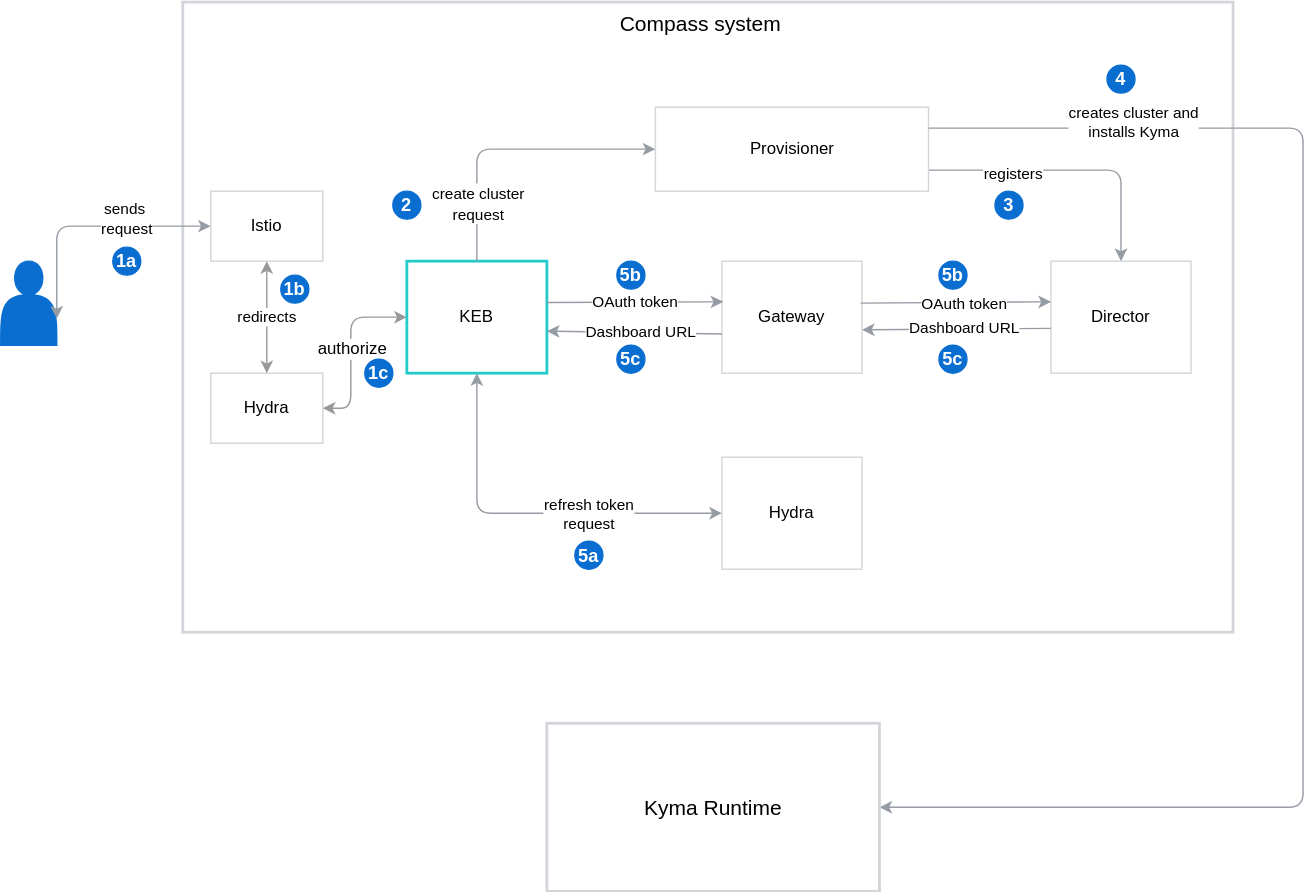
This is docs/assets/keb-architecture.svg from ukff/kyma-environment-broker, a draw.io export, as it was before one commit. Source tidied: cells renumbered, new cells last; positions are measured from the earlier drawing's top-left corner, leaving out a move shared by most shapes. Source of this version:
```xml
<mxGraphModel>
  <root>
    <mxCell id="0" />
    <mxCell id="1" parent="0" />
    <mxCell id="2" style="rounded=0;whiteSpace=wrap;html=1;strokeColor=#D2D5D9;fillColor=#FFFFFF;strokeWidth=2;" parent="1" vertex="1">
      <mxGeometry x="130" width="750" height="450" as="geometry" />
    </mxCell>
    <mxCell id="3" style="shape=actor;whiteSpace=wrap;html=1;strokeColor=#0A6ED1;fillColor=#0A6ED1;" parent="1" vertex="1">
      <mxGeometry y="185" width="40" height="60" as="geometry" />
    </mxCell>
    <mxCell id="4" value="&lt;font style=&quot;font-size: 15px&quot;&gt;Compass system&lt;/font&gt;" style="text;html=1;strokeColor=none;fillColor=none;align=center;verticalAlign=middle;whiteSpace=wrap;rounded=0;" parent="1" vertex="1">
      <mxGeometry x="430" y="5" width="140" height="20" as="geometry" />
    </mxCell>
    <mxCell id="5" value="KEB" style="rounded=0;whiteSpace=wrap;html=1;strokeColor=#24CACC;fillColor=#FFFFFF;strokeWidth=2;" parent="1" vertex="1">
      <mxGeometry x="290" y="185" width="100" height="80" as="geometry" />
    </mxCell>
    <mxCell id="6" value="Gateway" style="rounded=0;whiteSpace=wrap;html=1;strokeColor=#D2D5D9;fillColor=#FFFFFF;strokeWidth=1;" parent="1" vertex="1">
      <mxGeometry x="515" y="185" width="100" height="80" as="geometry" />
    </mxCell>
    <mxCell id="7" value="Director" style="rounded=0;whiteSpace=wrap;html=1;strokeColor=#D2D5D9;fillColor=#FFFFFF;strokeWidth=1;" parent="1" vertex="1">
      <mxGeometry x="750" y="185" width="100" height="80" as="geometry" />
    </mxCell>
    <mxCell id="8" style="edgeStyle=orthogonalEdgeStyle;rounded=1;jettySize=auto;html=1;exitX=1;exitY=0.75;exitDx=0;exitDy=0;entryX=0.5;entryY=0;entryDx=0;entryDy=0;strokeColor=#959CA4;fontSize=11;" parent="1" edge="1" source="10" target="7">
      <mxGeometry relative="1" as="geometry" />
    </mxCell>
    <mxCell id="9" value="registers" style="text;html=1;align=center;verticalAlign=middle;labelBackgroundColor=#ffffff;fontSize=11;" parent="8" vertex="1">
      <mxGeometry x="-0.42" y="-2" relative="1" as="geometry">
        <mxPoint x="1" as="offset" />
      </mxGeometry>
    </mxCell>
    <mxCell id="10" value="Provisioner" style="rounded=0;whiteSpace=wrap;html=1;strokeColor=#D2D5D9;strokeWidth=1;fillColor=#FFFFFF;" parent="1" vertex="1">
      <mxGeometry x="467.5" y="75" width="195" height="60" as="geometry" />
    </mxCell>
    <mxCell id="11" style="endArrow=classic;html=1;strokeColor=#959CA4;entryX=0;entryY=0.5;entryDx=0;entryDy=0;exitX=0.5;exitY=0;exitDx=0;exitDy=0;" parent="1" edge="1" source="5" target="10">
      <mxGeometry relative="1" as="geometry">
        <Array as="points">
          <mxPoint x="340" y="105" />
        </Array>
      </mxGeometry>
    </mxCell>
    <mxCell id="12" value="&lt;font style=&quot;font-size: 11px&quot;&gt;create cluster&lt;br&gt;request&lt;br&gt;&lt;/font&gt;" style="text;html=1;align=center;verticalAlign=middle;labelBackgroundColor=#ffffff;" parent="11" vertex="1">
      <mxGeometry x="-0.73" y="1" relative="1" as="geometry">
        <mxPoint x="1" y="-14" as="offset" />
      </mxGeometry>
    </mxCell>
    <mxCell id="13" style="endArrow=classic;html=1;strokeColor=#959CA4;exitX=1;exitY=0.25;exitDx=0;exitDy=0;entryX=1;entryY=0.5;entryDx=0;entryDy=0;" parent="1" edge="1" source="10" target="25">
      <mxGeometry relative="1" as="geometry">
        <Array as="points">
          <mxPoint x="930" y="90" />
          <mxPoint x="930" y="575" />
        </Array>
      </mxGeometry>
    </mxCell>
    <mxCell id="14" value="creates cluster and &lt;br&gt;installs Kyma" style="text;html=1;align=center;verticalAlign=middle;labelBackgroundColor=#ffffff;fontSize=11;" parent="13" vertex="1">
      <mxGeometry x="-0.71" relative="1" as="geometry">
        <mxPoint x="-8.5" y="-5" as="offset" />
      </mxGeometry>
    </mxCell>
    <mxCell id="15" value="Hydra" style="rounded=0;whiteSpace=wrap;html=1;strokeColor=#D2D5D9;fillColor=#FFFFFF;strokeWidth=1;" parent="1" vertex="1">
      <mxGeometry x="515" y="325" width="100" height="80" as="geometry" />
    </mxCell>
    <mxCell id="16" value="OAuth token" style="endArrow=classic;html=1;strokeColor=#959CA4;entryX=0.01;entryY=0.363;entryDx=0;entryDy=0;entryPerimeter=0;" parent="1" edge="1" target="6">
      <mxGeometry relative="1" as="geometry">
        <mxPoint x="390" y="214.5" as="sourcePoint" />
      </mxGeometry>
    </mxCell>
    <mxCell id="17" style="endArrow=classic;html=1;strokeColor=#959CA4;entryX=1;entryY=0.75;entryDx=0;entryDy=0;exitX=0;exitY=0.65;exitDx=0;exitDy=0;exitPerimeter=0;" parent="1" edge="1" source="6">
      <mxGeometry relative="1" as="geometry">
        <mxPoint x="390" y="235" as="targetPoint" />
      </mxGeometry>
    </mxCell>
    <mxCell id="18" value="&lt;font style=&quot;font-size: 11px&quot;&gt;Dashboard URL&lt;/font&gt;" style="text;html=1;align=center;verticalAlign=middle;labelBackgroundColor=#ffffff;fontSize=10;" parent="17" vertex="1">
      <mxGeometry x="0.2" relative="1" as="geometry">
        <mxPoint x="16" as="offset" />
      </mxGeometry>
    </mxCell>
    <mxCell id="19" style="endArrow=classic;html=1;strokeColor=#959CA4;entryX=0;entryY=0.363;entryDx=0;entryDy=0;entryPerimeter=0;exitX=0.99;exitY=0.375;exitDx=0;exitDy=0;exitPerimeter=0;" parent="1" edge="1" source="6" target="7">
      <mxGeometry relative="1" as="geometry" />
    </mxCell>
    <mxCell id="20" value="&lt;font style=&quot;font-size: 11px&quot;&gt;OAuth token&lt;/font&gt;" style="text;html=1;align=center;verticalAlign=middle;labelBackgroundColor=#ffffff;fontSize=10;" parent="19" vertex="1">
      <mxGeometry x="-0.14" y="2" relative="1" as="geometry">
        <mxPoint x="15" y="2.4" as="offset" />
      </mxGeometry>
    </mxCell>
    <mxCell id="21" style="endArrow=classic;html=1;strokeColor=#959CA4;entryX=1;entryY=0.613;entryDx=0;entryDy=0;entryPerimeter=0;exitX=0;exitY=0.6;exitDx=0;exitDy=0;exitPerimeter=0;" parent="1" edge="1" source="7" target="6">
      <mxGeometry relative="1" as="geometry" />
    </mxCell>
    <mxCell id="22" value="&lt;font style=&quot;font-size: 11px&quot;&gt;Dashboard URL&lt;/font&gt;" style="text;html=1;align=center;verticalAlign=middle;labelBackgroundColor=#ffffff;fontSize=10;" parent="21" vertex="1">
      <mxGeometry x="0.17" y="-1" relative="1" as="geometry">
        <mxPoint x="16" as="offset" />
      </mxGeometry>
    </mxCell>
    <mxCell id="23" style="endArrow=classic;startArrow=classic;html=1;strokeColor=#959CA4;fontSize=10;entryX=0;entryY=0.5;entryDx=0;entryDy=0;exitX=0.5;exitY=1;exitDx=0;exitDy=0;" parent="1" edge="1" source="5" target="15">
      <mxGeometry relative="1" as="geometry">
        <Array as="points">
          <mxPoint x="340" y="365" />
        </Array>
      </mxGeometry>
    </mxCell>
    <mxCell id="24" value="&lt;font style=&quot;font-size: 11px&quot;&gt;refresh token&lt;br&gt;request&lt;br&gt;&lt;/font&gt;" style="text;html=1;align=center;verticalAlign=middle;labelBackgroundColor=#ffffff;fontSize=11;" parent="23" vertex="1">
      <mxGeometry x="0.23" y="-1" relative="1" as="geometry">
        <mxPoint x="10" y="-1" as="offset" />
      </mxGeometry>
    </mxCell>
    <mxCell id="25" value="&lt;font style=&quot;font-size: 15px&quot;&gt;Kyma Runtime&lt;/font&gt;" style="rounded=0;whiteSpace=wrap;html=1;strokeColor=#D2D5D9;strokeWidth=2;fillColor=#FFFFFF;fontSize=11;" parent="1" vertex="1">
      <mxGeometry x="390" y="515" width="237.5" height="120" as="geometry" />
    </mxCell>
    <mxCell id="26" value="&lt;font color=&quot;#ffffff&quot; size=&quot;1&quot;&gt;&lt;b style=&quot;font-size: 13px&quot;&gt;1a&lt;/b&gt;&lt;/font&gt;" style="ellipse;whiteSpace=wrap;html=1;strokeColor=#0A6ED1;strokeWidth=1;fillColor=#0A6ED1;fontSize=11;" parent="1" vertex="1">
      <mxGeometry x="80" y="175" width="20" height="20" as="geometry" />
    </mxCell>
    <mxCell id="27" value="&lt;font color=&quot;#ffffff&quot; size=&quot;1&quot;&gt;&lt;b style=&quot;font-size: 13px&quot;&gt;2&lt;/b&gt;&lt;/font&gt;" style="ellipse;whiteSpace=wrap;html=1;strokeColor=#0A6ED1;strokeWidth=1;fillColor=#0A6ED1;fontSize=11;" parent="1" vertex="1">
      <mxGeometry x="280" y="135" width="20" height="20" as="geometry" />
    </mxCell>
    <mxCell id="28" value="&lt;font color=&quot;#ffffff&quot; size=&quot;1&quot;&gt;&lt;b style=&quot;font-size: 13px&quot;&gt;4&lt;/b&gt;&lt;/font&gt;" style="ellipse;whiteSpace=wrap;html=1;strokeColor=#0A6ED1;strokeWidth=1;fillColor=#0A6ED1;fontSize=11;" parent="1" vertex="1">
      <mxGeometry x="790" y="45" width="20" height="20" as="geometry" />
    </mxCell>
    <mxCell id="29" value="&lt;font color=&quot;#ffffff&quot; size=&quot;1&quot;&gt;&lt;b style=&quot;font-size: 13px&quot;&gt;3&lt;/b&gt;&lt;/font&gt;" style="ellipse;whiteSpace=wrap;html=1;strokeColor=#0A6ED1;strokeWidth=1;fillColor=#0A6ED1;fontSize=11;" parent="1" vertex="1">
      <mxGeometry x="710" y="135" width="20" height="20" as="geometry" />
    </mxCell>
    <mxCell id="30" value="&lt;font color=&quot;#ffffff&quot; size=&quot;1&quot;&gt;&lt;b style=&quot;font-size: 13px&quot;&gt;5a&lt;/b&gt;&lt;/font&gt;" style="ellipse;whiteSpace=wrap;html=1;strokeColor=#0A6ED1;strokeWidth=1;fillColor=#0A6ED1;fontSize=11;" parent="1" vertex="1">
      <mxGeometry x="410" y="385" width="20" height="20" as="geometry" />
    </mxCell>
    <mxCell id="31" value="&lt;font color=&quot;#ffffff&quot;&gt;&lt;span style=&quot;font-size: 13px&quot;&gt;&lt;b&gt;5b&lt;/b&gt;&lt;/span&gt;&lt;/font&gt;" style="ellipse;whiteSpace=wrap;html=1;strokeColor=#0A6ED1;strokeWidth=1;fillColor=#0A6ED1;fontSize=11;" parent="1" vertex="1">
      <mxGeometry x="440" y="185" width="20" height="20" as="geometry" />
    </mxCell>
    <mxCell id="32" value="&lt;font color=&quot;#ffffff&quot; size=&quot;1&quot;&gt;&lt;b style=&quot;font-size: 13px&quot;&gt;5b&lt;/b&gt;&lt;/font&gt;" style="ellipse;whiteSpace=wrap;html=1;strokeColor=#0A6ED1;strokeWidth=1;fillColor=#0A6ED1;fontSize=11;" parent="1" vertex="1">
      <mxGeometry x="670" y="185" width="20" height="20" as="geometry" />
    </mxCell>
    <mxCell id="33" value="&lt;font color=&quot;#ffffff&quot; size=&quot;1&quot;&gt;&lt;b style=&quot;font-size: 13px&quot;&gt;5c&lt;/b&gt;&lt;/font&gt;" style="ellipse;whiteSpace=wrap;html=1;strokeColor=#0A6ED1;strokeWidth=1;fillColor=#0A6ED1;fontSize=11;" parent="1" vertex="1">
      <mxGeometry x="670" y="245" width="20" height="20" as="geometry" />
    </mxCell>
    <mxCell id="34" value="&lt;font color=&quot;#ffffff&quot;&gt;&lt;span style=&quot;font-size: 13px&quot;&gt;&lt;b&gt;5c&lt;/b&gt;&lt;/span&gt;&lt;/font&gt;" style="ellipse;whiteSpace=wrap;html=1;strokeColor=#0A6ED1;strokeWidth=1;fillColor=#0A6ED1;fontSize=11;" parent="1" vertex="1">
      <mxGeometry x="440" y="245" width="20" height="20" as="geometry" />
    </mxCell>
    <mxCell id="35" value="Hydra" style="rounded=0;whiteSpace=wrap;html=1;strokeColor=#D2D5D9;fillColor=#FFFFFF;strokeWidth=1;" parent="1" vertex="1">
      <mxGeometry x="150" y="265" width="80" height="50" as="geometry" />
    </mxCell>
    <mxCell id="36" value="sends&amp;nbsp;&lt;br&gt;request" style="endArrow=classic;html=1;strokeColor=#959CA4;entryX=0;entryY=0.5;entryDx=0;entryDy=0;startArrow=classic;startFill=1;" parent="1" edge="1" target="37">
      <mxGeometry x="0.32" y="5" relative="1" as="geometry">
        <mxPoint x="40" y="226" as="sourcePoint" />
        <Array as="points">
          <mxPoint x="40" y="160" />
        </Array>
      </mxGeometry>
    </mxCell>
    <mxCell id="37" value="Istio" style="rounded=0;whiteSpace=wrap;html=1;strokeColor=#D2D5D9;fillColor=#FFFFFF;strokeWidth=1;" parent="1" vertex="1">
      <mxGeometry x="150" y="135" width="80" height="50" as="geometry" />
    </mxCell>
    <mxCell id="38" value="redirects" style="endArrow=classic;startArrow=classic;html=1;strokeColor=#999999;exitX=0.5;exitY=1;exitDx=0;exitDy=0;entryX=0.5;entryY=0;entryDx=0;entryDy=0;" parent="1" edge="1" source="37" target="35">
      <mxGeometry relative="1" as="geometry" />
    </mxCell>
    <mxCell id="39" style="endArrow=classic;startArrow=classic;html=1;strokeColor=#999999;entryX=1;entryY=0.5;entryDx=0;entryDy=0;exitX=0;exitY=0.5;exitDx=0;exitDy=0;" parent="1" edge="1" source="5" target="35">
      <mxGeometry relative="1" as="geometry">
        <Array as="points">
          <mxPoint x="250" y="225" />
          <mxPoint x="250" y="290" />
        </Array>
      </mxGeometry>
    </mxCell>
    <mxCell id="40" value="authorize" style="text;html=1;align=center;verticalAlign=middle;labelBackgroundColor=#ffffff;" parent="39" vertex="1">
      <mxGeometry x="-0.01" relative="1" as="geometry" />
    </mxCell>
    <mxCell id="41" value="&lt;font color=&quot;#ffffff&quot; size=&quot;1&quot;&gt;&lt;b style=&quot;font-size: 13px&quot;&gt;1b&lt;/b&gt;&lt;/font&gt;" style="ellipse;whiteSpace=wrap;html=1;strokeColor=#0A6ED1;strokeWidth=1;fillColor=#0A6ED1;fontSize=11;" parent="1" vertex="1">
      <mxGeometry x="200" y="195" width="20" height="20" as="geometry" />
    </mxCell>
    <mxCell id="42" value="&lt;font color=&quot;#ffffff&quot; size=&quot;1&quot;&gt;&lt;b style=&quot;font-size: 13px&quot;&gt;1c&lt;/b&gt;&lt;/font&gt;" style="ellipse;whiteSpace=wrap;html=1;strokeColor=#0A6ED1;strokeWidth=1;fillColor=#0A6ED1;fontSize=11;" parent="1" vertex="1">
      <mxGeometry x="260" y="255" width="20" height="20" as="geometry" />
    </mxCell>
  </root>
</mxGraphModel>
```
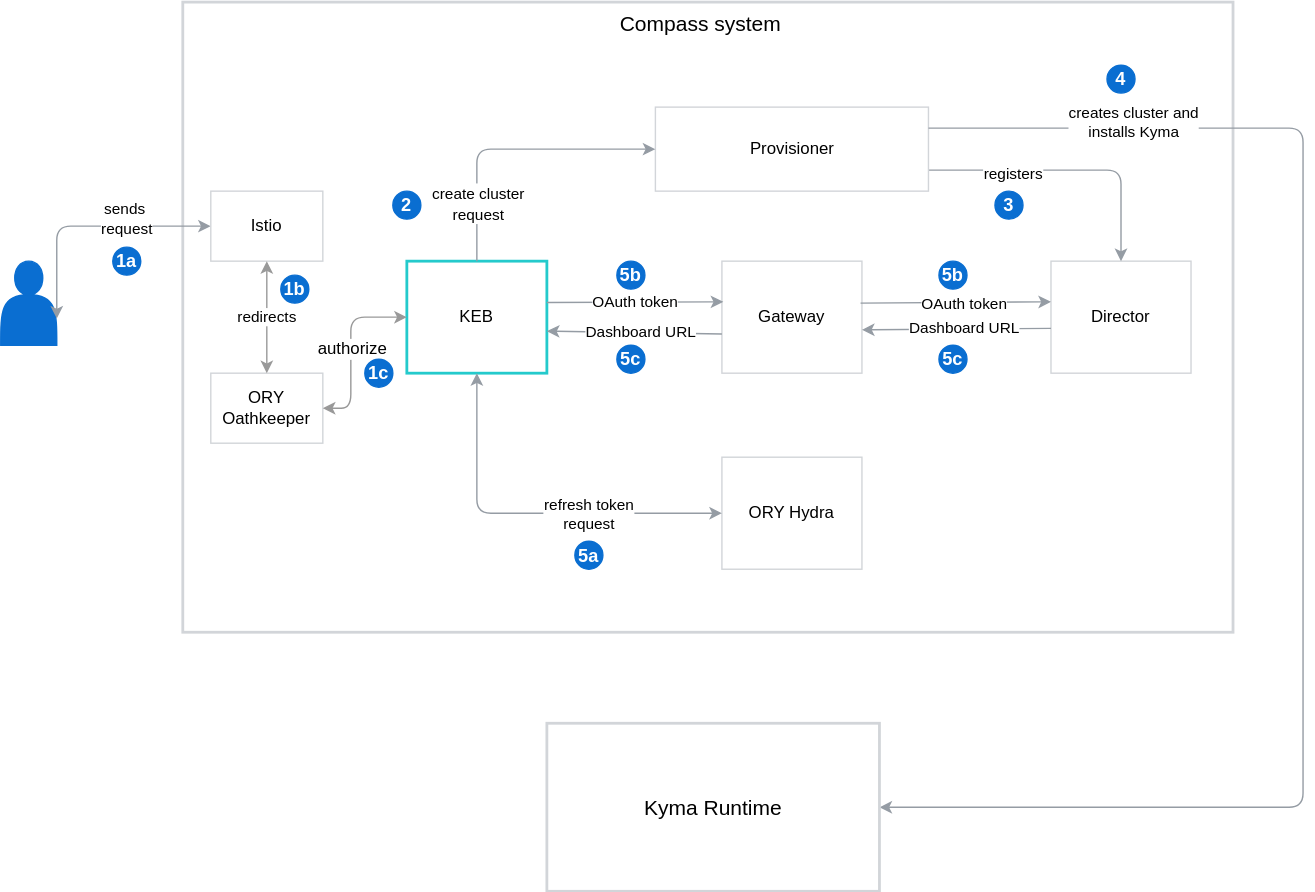
The same diagram one commit later.

Commit message:
Fix KEB architecture diagram (#1302)

The edit, as a diff of the source:
```diff
@@ -56,7 +56,7 @@
         <mxPoint x="-8.5" y="-5" as="offset" />
       </mxGeometry>
     </mxCell>
-    <mxCell id="15" value="Hydra" style="rounded=0;whiteSpace=wrap;html=1;strokeColor=#D2D5D9;fillColor=#FFFFFF;strokeWidth=1;" parent="1" vertex="1">
+    <mxCell id="15" value="ORY Hydra" style="rounded=0;whiteSpace=wrap;html=1;strokeColor=#D2D5D9;fillColor=#FFFFFF;strokeWidth=1;" parent="1" vertex="1">
       <mxGeometry x="515" y="325" width="100" height="80" as="geometry" />
     </mxCell>
     <mxCell id="16" value="OAuth token" style="endArrow=classic;html=1;strokeColor=#959CA4;entryX=0.01;entryY=0.363;entryDx=0;entryDy=0;entryPerimeter=0;" parent="1" edge="1" target="6">
@@ -132,7 +132,7 @@
     <mxCell id="34" value="&lt;font color=&quot;#ffffff&quot;&gt;&lt;span style=&quot;font-size: 13px&quot;&gt;&lt;b&gt;5c&lt;/b&gt;&lt;/span&gt;&lt;/font&gt;" style="ellipse;whiteSpace=wrap;html=1;strokeColor=#0A6ED1;strokeWidth=1;fillColor=#0A6ED1;fontSize=11;" parent="1" vertex="1">
       <mxGeometry x="440" y="245" width="20" height="20" as="geometry" />
     </mxCell>
-    <mxCell id="35" value="Hydra" style="rounded=0;whiteSpace=wrap;html=1;strokeColor=#D2D5D9;fillColor=#FFFFFF;strokeWidth=1;" parent="1" vertex="1">
+    <mxCell id="35" value="ORY Oathkeeper" style="rounded=0;whiteSpace=wrap;html=1;strokeColor=#D2D5D9;fillColor=#FFFFFF;strokeWidth=1;" parent="1" vertex="1">
       <mxGeometry x="150" y="265" width="80" height="50" as="geometry" />
     </mxCell>
     <mxCell id="36" value="sends&amp;nbsp;&lt;br&gt;request" style="endArrow=classic;html=1;strokeColor=#959CA4;entryX=0;entryY=0.5;entryDx=0;entryDy=0;startArrow=classic;startFill=1;" parent="1" edge="1" target="37">
```
